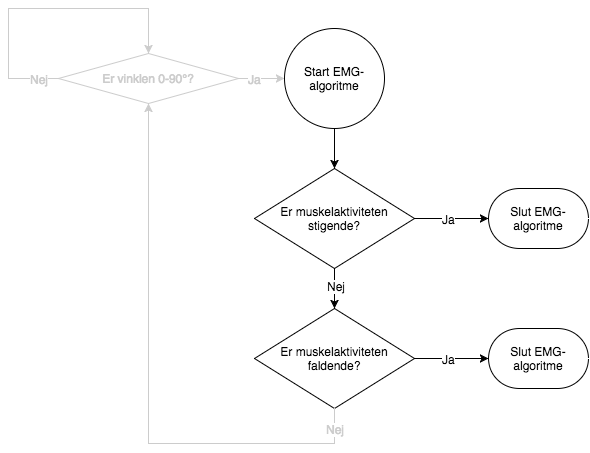
Above: figures/implementering/EMG_algo.png in mariakroustrup/ST4 (draw.io), before the change. Source tidied: cells renumbered, new cells last; positions are measured from the earlier drawing's top-left corner, leaving out a move shared by most shapes.
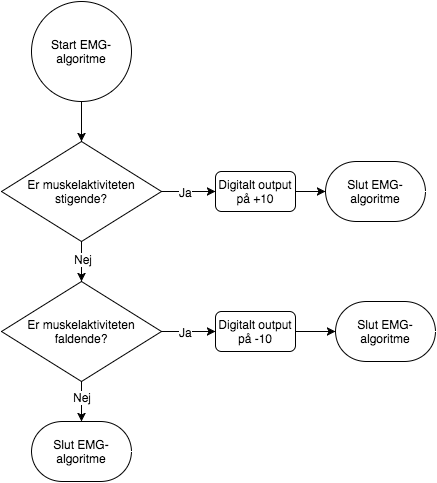
The same diagram one commit later.

The edit, as a diff of the source:
```diff
@@ -12,7 +12,7 @@
       <mxGeometry relative="1" as="geometry" />
     </mxCell>
     <mxCell id="5" value="Slut EMG-algoritme" style="strokeWidth=1;html=1;shape=mxgraph.flowchart.terminator;whiteSpace=wrap;" parent="1" vertex="1">
-      <mxGeometry x="480" y="180" width="100" height="60" as="geometry" />
+      <mxGeometry x="570" y="180" width="100" height="60" as="geometry" />
     </mxCell>
     <mxCell id="6" style="edgeStyle=orthogonalEdgeStyle;rounded=0;html=1;exitX=0.5;exitY=1;exitPerimeter=0;entryX=0.5;entryY=0;entryPerimeter=0;startSize=6;jettySize=auto;" parent="1" edge="1" target="8">
       <mxGeometry x="506" y="280" as="geometry">
@@ -27,62 +27,60 @@
     <mxCell id="8" value="Er muskelaktiviteten&lt;div&gt;faldende?&lt;/div&gt;" style="strokeWidth=1;html=1;shape=mxgraph.flowchart.decision;whiteSpace=wrap;" parent="1" vertex="1">
       <mxGeometry x="246" y="300" width="160" height="100" as="geometry" />
     </mxCell>
-    <mxCell id="9" value="&lt;span&gt;&lt;font color=&quot;#cccccc&quot;&gt;Er vinklen 0-90°?&lt;/font&gt;&lt;/span&gt;" style="strokeWidth=1;html=1;shape=mxgraph.flowchart.decision;whiteSpace=wrap;strokeColor=#CCCCCC;" parent="1" vertex="1">
-      <mxGeometry x="50" y="45" width="180" height="50" as="geometry" />
-    </mxCell>
-    <mxCell id="10" style="edgeStyle=orthogonalEdgeStyle;rounded=0;html=1;jettySize=auto;strokeColor=#000000;" parent="1" edge="1" source="3" target="5">
+    <mxCell id="10" style="edgeStyle=orthogonalEdgeStyle;rounded=0;html=1;jettySize=auto;strokeColor=#000000;" parent="1" edge="1" source="21" target="5">
       <mxGeometry relative="1" as="geometry" />
     </mxCell>
     <mxCell id="11" value="Slut EMG-algoritme" style="strokeWidth=1;html=1;shape=mxgraph.flowchart.terminator;whiteSpace=wrap;" parent="1" vertex="1">
-      <mxGeometry x="480" y="320" width="100" height="60" as="geometry" />
+      <mxGeometry x="580" y="320" width="100" height="60" as="geometry" />
     </mxCell>
-    <mxCell id="12" style="edgeStyle=orthogonalEdgeStyle;rounded=0;html=1;jettySize=auto;strokeColor=#000000;" parent="1" edge="1" source="8" target="11">
+    <mxCell id="12" style="edgeStyle=orthogonalEdgeStyle;rounded=0;html=1;jettySize=auto;strokeColor=#000000;" parent="1" edge="1" source="23" target="11">
       <mxGeometry relative="1" as="geometry" />
     </mxCell>
     <mxCell id="13" value="Ja" style="text;html=1;align=center;verticalAlign=middle;labelBackgroundColor=#ffffff;" parent="12" vertex="1">
       <mxGeometry x="-0.08" y="3" relative="1" as="geometry">
-        <mxPoint y="-137" as="offset" />
+        <mxPoint x="-56" y="-137" as="offset" />
       </mxGeometry>
     </mxCell>
     <mxCell id="14" value="Ja" style="text;html=1;align=center;verticalAlign=middle;labelBackgroundColor=#ffffff;" parent="12" vertex="1">
       <mxGeometry y="-4" relative="1" as="geometry">
-        <mxPoint x="-3" y="-4" as="offset" />
+        <mxPoint x="-63" y="-4" as="offset" />
       </mxGeometry>
     </mxCell>
-    <mxCell id="15" style="edgeStyle=orthogonalEdgeStyle;rounded=0;html=1;jettySize=auto;strokeColor=#CCCCCC;" parent="1" edge="1" source="9" target="2">
-      <mxGeometry relative="1" as="geometry" />
-    </mxCell>
-    <mxCell id="16" value="&lt;font color=&quot;#cccccc&quot;&gt;Ja&lt;/font&gt;" style="text;html=1;align=center;verticalAlign=middle;labelBackgroundColor=#ffffff;" parent="15" vertex="1">
-      <mxGeometry x="0.04" relative="1" as="geometry">
-        <mxPoint x="-8" as="offset" />
-      </mxGeometry>
-    </mxCell>
-    <mxCell id="17" style="edgeStyle=orthogonalEdgeStyle;rounded=0;html=1;jettySize=auto;strokeColor=#CCCCCC;entryX=0.5;entryY=1;entryPerimeter=0;" parent="1" edge="1" source="8" target="9">
-      <mxGeometry relative="1" as="geometry">
-        <Array as="points">
-          <mxPoint x="326" y="435" />
-          <mxPoint x="140" y="435" />
-        </Array>
-      </mxGeometry>
-    </mxCell>
-    <mxCell id="18" value="&lt;font color=&quot;#cccccc&quot;&gt;Nej&lt;/font&gt;" style="text;html=1;align=center;verticalAlign=middle;labelBackgroundColor=#ffffff;" parent="17" vertex="1">
-      <mxGeometry x="-0.91" y="4" relative="1" as="geometry">
-        <mxPoint x="-4" y="-5" as="offset" />
-      </mxGeometry>
-    </mxCell>
-    <mxCell id="19" style="edgeStyle=orthogonalEdgeStyle;rounded=0;html=1;jettySize=auto;orthogonalLoop=1;strokeColor=#CCCCCC;entryX=0.5;entryY=0;entryPerimeter=0;" parent="1" edge="1" source="9" target="9">
-      <mxGeometry relative="1" as="geometry">
-        <Array as="points">
-          <mxPoint y="70" />
-          <mxPoint />
-          <mxPoint x="140" />
-        </Array>
-      </mxGeometry>
-    </mxCell>
-    <mxCell id="20" value="&lt;font color=&quot;#cccccc&quot;&gt;Nej&lt;/font&gt;" style="text;html=1;align=center;verticalAlign=middle;labelBackgroundColor=#ffffff;" parent="19" vertex="1">
-      <mxGeometry x="-0.84" y="2" relative="1" as="geometry">
-        <mxPoint x="5" y="-2" as="offset" />
-      </mxGeometry>
-    </mxCell>
+    <mxCell id="21" value="&lt;font color=&quot;#000000&quot;&gt;Digitalt output på +10&lt;/font&gt;" style="rounded=1;whiteSpace=wrap;html=1;strokeColor=#000000;strokeWidth=1;fillColor=#ffffff;fontColor=#CCCCCC;" parent="1" vertex="1">
+      <mxGeometry x="460" y="190" width="80" height="40" as="geometry" />
+    </mxCell>
+    <mxCell id="22" style="edgeStyle=orthogonalEdgeStyle;rounded=0;html=1;jettySize=auto;strokeColor=#000000;" parent="1" edge="1" source="3" target="21">
+      <mxGeometry relative="1" as="geometry" />
+    </mxCell>
+    <mxCell id="23" value="&lt;font color=&quot;#000000&quot;&gt;Digitalt output på -10&lt;/font&gt;" style="rounded=1;whiteSpace=wrap;html=1;strokeColor=#000000;strokeWidth=1;fillColor=#ffffff;fontColor=#CCCCCC;" parent="1" vertex="1">
+      <mxGeometry x="460" y="330" width="80" height="40" as="geometry" />
+    </mxCell>
+    <mxCell id="24" style="edgeStyle=orthogonalEdgeStyle;rounded=0;html=1;jettySize=auto;strokeColor=#000000;" parent="1" edge="1" source="8" target="23">
+      <mxGeometry relative="1" as="geometry" />
+    </mxCell>
+    <mxCell id="25" value="Ja" style="text;html=1;align=center;verticalAlign=middle;labelBackgroundColor=#ffffff;" parent="24" vertex="1">
+      <mxGeometry x="-0.08" y="3" relative="1" as="geometry">
+        <mxPoint x="-1" y="-137" as="offset" />
+      </mxGeometry>
+    </mxCell>
+    <mxCell id="26" value="Ja" style="text;html=1;align=center;verticalAlign=middle;labelBackgroundColor=#ffffff;" parent="24" vertex="1">
+      <mxGeometry y="-4" relative="1" as="geometry">
+        <mxPoint x="-3" y="-4" as="offset" />
+      </mxGeometry>
+    </mxCell>
+    <mxCell id="27" value="Slut EMG-algoritme" style="strokeWidth=1;html=1;shape=mxgraph.flowchart.terminator;whiteSpace=wrap;" parent="1" vertex="1">
+      <mxGeometry x="276" y="440" width="100" height="60" as="geometry" />
+    </mxCell>
+    <mxCell id="28" style="edgeStyle=orthogonalEdgeStyle;rounded=0;html=1;exitX=0.5;exitY=1;exitPerimeter=0;entryX=0.5;entryY=0;entryPerimeter=0;startSize=6;jettySize=auto;orthogonalLoop=1;" parent="1" edge="1">
+      <mxGeometry x="506" y="420" as="geometry">
+        <mxPoint x="326" y="400" as="sourcePoint" />
+        <mxPoint x="326" y="440" as="targetPoint" />
+      </mxGeometry>
+    </mxCell>
+    <mxCell id="29" value="Nej" style="text;html=1;align=center;verticalAlign=middle;labelBackgroundColor=#ffffff;" parent="28" vertex="1">
+      <mxGeometry relative="1" as="geometry">
+        <mxPoint y="-5" as="offset" />
+      </mxGeometry>
+    </mxCell>
   </root>
 </mxGraphModel>
```
